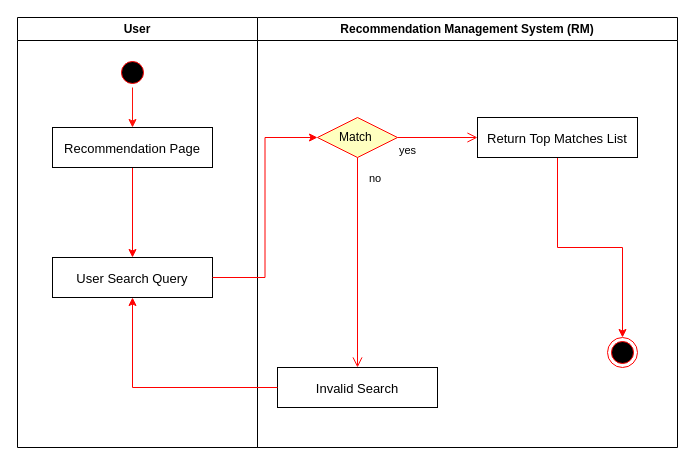
Before: Diagrams/io files/RM-AD.drawio in Moonholiday/OniMusic-Misc, a draw.io diagram. Source tidied: cells renumbered, new cells numbered last; positions are measured from the earlier drawing's top-left corner, leaving out a move shared by most shapes. Both pictures are drawn from the tidied source at 100%, with x=0, y=0 at pixel (17, 17).
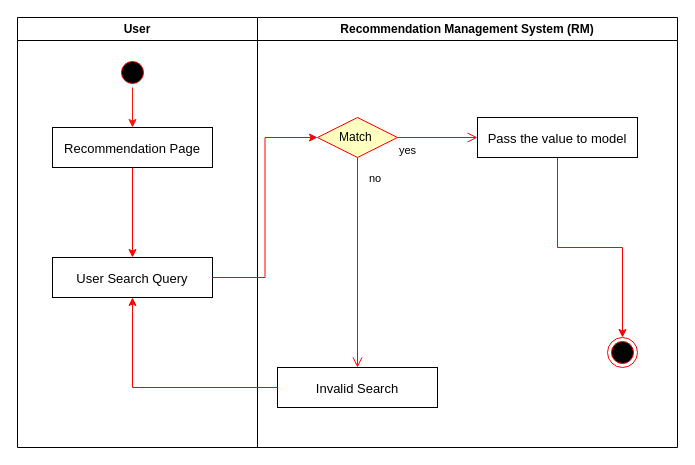
The same diagram, later.

Diff of the diagram source:
```diff
@@
 <mxGraphModel>
   <root>
     <mxCell id="0" />
     <mxCell id="1" parent="0" />
     <mxCell id="2" value="User" style="swimlane;whiteSpace=wrap;" parent="1" vertex="1">
       <mxGeometry width="240" height="430" as="geometry" />
     </mxCell>
     <mxCell id="3" style="edgeStyle=orthogonalEdgeStyle;rounded=0;jettySize=auto;html=1;entryX=0.5;entryY=0;entryDx=0;entryDy=0;fontSize=13;strokeColor=#FF120A;" parent="2" edge="1" source="4" target="6">
       <mxGeometry relative="1" as="geometry" />
     </mxCell>
     <mxCell id="4" style="ellipse;shape=startState;fillColor=#000000;strokeColor=#ff0000;" parent="2" vertex="1">
       <mxGeometry x="100" y="40" width="30" height="30" as="geometry" />
     </mxCell>
     <mxCell id="5" style="edgeStyle=orthogonalEdgeStyle;rounded=0;jettySize=auto;html=1;entryX=0.5;entryY=0;entryDx=0;entryDy=0;strokeColor=#FF0000;" parent="2" edge="1" source="6" target="7">
       <mxGeometry relative="1" as="geometry" />
     </mxCell>
     <mxCell id="6" value="Recommendation Page" style="fontSize=13;fontStyle=0;" parent="2" vertex="1">
       <mxGeometry x="35" y="110" width="160" height="40" as="geometry" />
     </mxCell>
     <mxCell id="7" value="User Search Query" style="fontSize=13;fontStyle=0;" parent="2" vertex="1">
       <mxGeometry x="35" y="240" width="160" height="40" as="geometry" />
     </mxCell>
     <mxCell id="8" value="Recommendation Management System (RM)" style="swimlane;whiteSpace=wrap;" parent="1" vertex="1">
       <mxGeometry x="240" width="420" height="430" as="geometry" />
     </mxCell>
     <mxCell id="9" style="ellipse;shape=endState;fillColor=#000000;strokeColor=#ff0000;" parent="8" vertex="1">
       <mxGeometry x="350" y="320" width="30" height="30" as="geometry" />
     </mxCell>
     <mxCell id="10" value="Match&amp;nbsp;" style="rhombus;whiteSpace=wrap;html=1;fillColor=#ffffc0;strokeColor=#ff0000;" parent="8" vertex="1">
       <mxGeometry x="60" y="100" width="80" height="40" as="geometry" />
     </mxCell>
     <mxCell id="11" value="no" style="edgeStyle=orthogonalEdgeStyle;html=1;align=left;verticalAlign=bottom;endArrow=open;endSize=8;strokeColor=#ff0000;rounded=0;entryX=0.5;entryY=0;entryDx=0;entryDy=0;" parent="8" edge="1" source="10" target="15">
       <mxGeometry x="-0.71" y="10" relative="1" as="geometry" />
     </mxCell>
     <mxCell id="12" value="yes" style="edgeStyle=orthogonalEdgeStyle;html=1;align=left;verticalAlign=top;endArrow=open;endSize=8;strokeColor=#ff0000;rounded=0;entryX=0;entryY=0.5;entryDx=0;entryDy=0;" parent="8" edge="1" source="10" target="14">
       <mxGeometry x="-1" relative="1" as="geometry" />
     </mxCell>
     <mxCell id="13" style="edgeStyle=orthogonalEdgeStyle;rounded=0;jettySize=auto;html=1;entryX=0.5;entryY=0;entryDx=0;entryDy=0;strokeColor=#FF0000;" parent="8" edge="1" source="14" target="9">
       <mxGeometry relative="1" as="geometry" />
     </mxCell>
-    <mxCell id="14" value="Return Top Matches List" style="fontSize=13;fontStyle=0;" parent="8" vertex="1">
+    <mxCell id="14" value="Pass the value to model" style="fontSize=13;fontStyle=0;" parent="8" vertex="1">
       <mxGeometry x="220" y="100" width="160" height="40" as="geometry" />
     </mxCell>
     <mxCell id="15" value="Invalid Search" style="fontSize=13;fontStyle=0;" parent="8" vertex="1">
       <mxGeometry x="20" y="350" width="160" height="40" as="geometry" />
     </mxCell>
     <mxCell id="16" style="edgeStyle=orthogonalEdgeStyle;rounded=0;jettySize=auto;html=1;entryX=0;entryY=0.5;entryDx=0;entryDy=0;strokeColor=#FF0000;" parent="1" edge="1" source="7" target="10">
       <mxGeometry relative="1" as="geometry" />
     </mxCell>
     <mxCell id="17" style="edgeStyle=orthogonalEdgeStyle;rounded=0;jettySize=auto;html=1;entryX=0.5;entryY=1;entryDx=0;entryDy=0;strokeColor=#FF0000;" parent="1" edge="1" source="15" target="7">
       <mxGeometry relative="1" as="geometry" />
     </mxCell>
   </root>
 </mxGraphModel>
```
